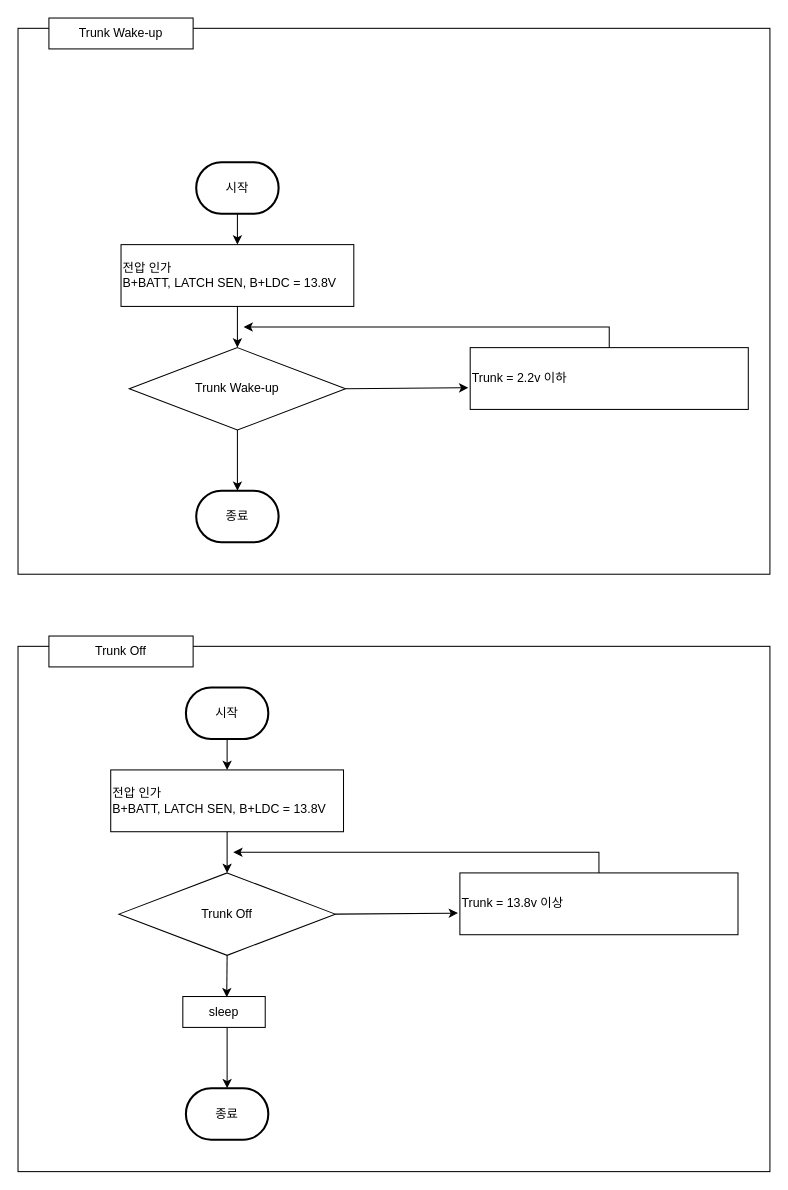
Above: 검사기준서.drawio in chaeyoonl/state-transition-diagram-test (draw.io), before the change. Source tidied: cells renumbered, new cells numbered last; positions are measured from the earlier drawing's top-left corner, leaving out a move shared by most shapes. Both pictures are drawn from the tidied source at 103%, with x=0, y=0 at pixel (18, 18).
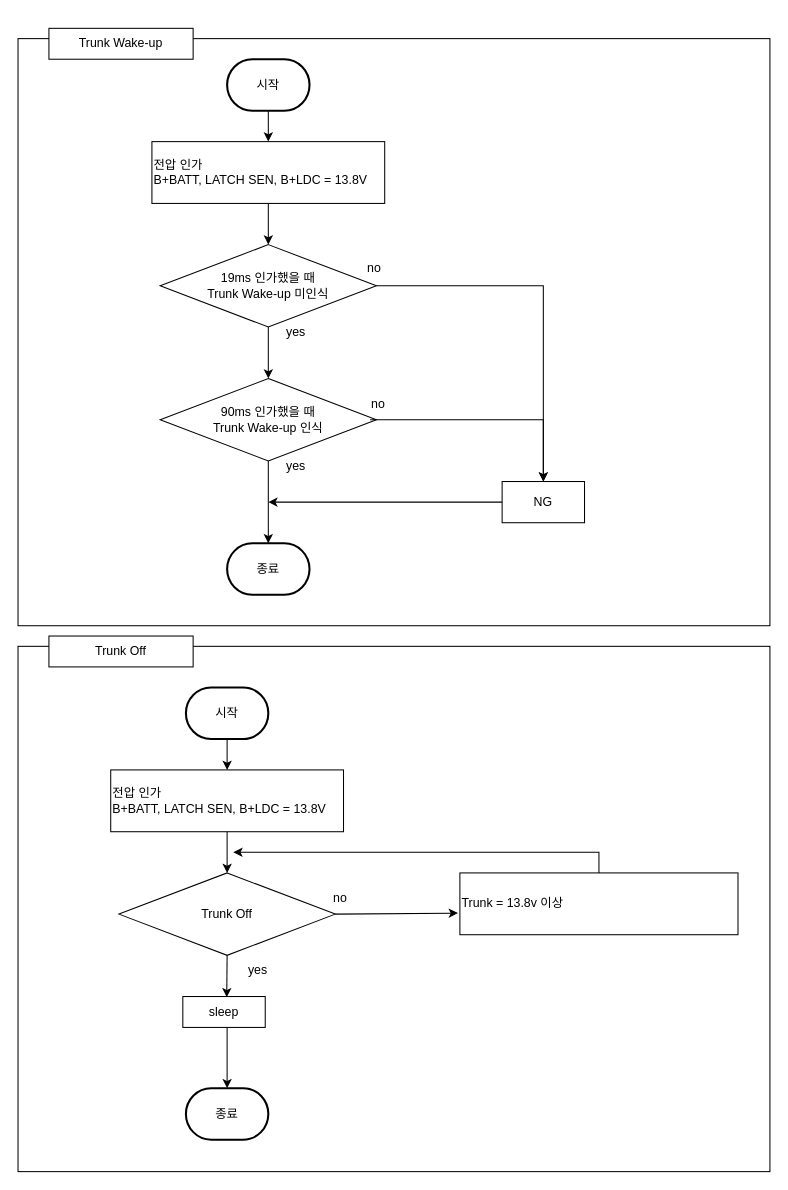
The same page after the edit.

Commit message:
검사기준서.drawio 업데이트

Change to the diagram source:
```diff
@@
     <mxCell id="2" style="rounded=0;whiteSpace=wrap;html=1;" parent="1" vertex="1">
-      <mxGeometry y="10" width="730" height="530" as="geometry" />
+      <mxGeometry y="20" width="730" height="570" as="geometry" />
     </mxCell>
     <mxCell id="3" value="시작" style="strokeWidth=2;html=1;shape=mxgraph.flowchart.terminator;whiteSpace=wrap;" parent="1" vertex="1">
-      <mxGeometry x="173" y="140" width="80" height="50" as="geometry" />
+      <mxGeometry x="203" y="40" width="80" height="50" as="geometry" />
     </mxCell>
     <mxCell id="4" value="종료" style="strokeWidth=2;html=1;shape=mxgraph.flowchart.terminator;whiteSpace=wrap;" parent="1" vertex="1">
-      <mxGeometry x="173" y="459" width="80" height="50" as="geometry" />
+      <mxGeometry x="203" y="510" width="80" height="50" as="geometry" />
     </mxCell>
     <mxCell id="5" value="전압 인가&lt;br&gt;B+BATT, LATCH SEN, B+LDC = 13.8V" style="rounded=0;whiteSpace=wrap;html=1;align=left;" parent="1" vertex="1">
-      <mxGeometry x="100" y="220" width="226" height="60" as="geometry" />
+      <mxGeometry x="130" y="120" width="226" height="60" as="geometry" />
     </mxCell>
-    <mxCell id="6" value="Trunk&amp;nbsp;Wake-up" style="rhombus;whiteSpace=wrap;html=1;" parent="1" vertex="1">
-      <mxGeometry x="108" y="320" width="210" height="80" as="geometry" />
+    <mxCell id="6" value="19ms 인가했을 때&lt;br&gt;Trunk&amp;nbsp;Wake-up 미인식" style="rhombus;whiteSpace=wrap;html=1;" parent="1" vertex="1">
+      <mxGeometry x="138" y="220" width="210" height="80" as="geometry" />
     </mxCell>
@@
-    <mxCell id="9" style="endArrow=classic;html=1;rounded=0;exitX=0.5;exitY=1;exitDx=0;exitDy=0;entryX=0.5;entryY=0;entryDx=0;entryDy=0;entryPerimeter=0;" parent="1" edge="1" source="6" target="4">
+    <mxCell id="9" style="endArrow=classic;html=1;rounded=0;exitX=0.5;exitY=1;exitDx=0;exitDy=0;entryX=0.5;entryY=0;entryDx=0;entryDy=0;" parent="1" edge="1" source="6" target="28">
       <mxGeometry relative="1" as="geometry" />
     </mxCell>
-    <mxCell id="10" value="Trunk = 2.2v 이하" style="rounded=0;whiteSpace=wrap;html=1;align=left;" parent="1" vertex="1">
-      <mxGeometry x="439" y="320" width="270" height="60" as="geometry" />
-    </mxCell>
-    <mxCell id="11" style="endArrow=classic;html=1;rounded=0;exitX=1;exitY=0.5;exitDx=0;exitDy=0;entryX=-0.007;entryY=0.65;entryDx=0;entryDy=0;entryPerimeter=0;" parent="1" edge="1" source="6" target="10">
-      <mxGeometry relative="1" as="geometry" />
-    </mxCell>
-    <mxCell id="12" style="endArrow=classic;html=1;rounded=0;exitX=0.5;exitY=0;exitDx=0;exitDy=0;" parent="1" edge="1" source="10">
-      <mxGeometry relative="1" as="geometry">
-        <mxPoint x="219" y="300" as="targetPoint" />
-        <Array as="points">
-          <mxPoint x="574" y="300" />
-        </Array>
-      </mxGeometry>
-    </mxCell>
     <mxCell id="13" value="Trunk Wake-up" style="rounded=0;whiteSpace=wrap;html=1;" parent="1" vertex="1">
-      <mxGeometry x="30" width="140" height="30" as="geometry" />
+      <mxGeometry x="30" y="10" width="140" height="30" as="geometry" />
     </mxCell>
@@
+    <mxCell id="28" value="90ms 인가했을 때&lt;br&gt;Trunk&amp;nbsp;Wake-up 인식" style="rhombus;whiteSpace=wrap;html=1;" parent="1" vertex="1">
+      <mxGeometry x="138" y="350" width="210" height="80" as="geometry" />
+    </mxCell>
+    <mxCell id="29" style="endArrow=classic;html=1;rounded=0;exitX=0.5;exitY=1;exitDx=0;exitDy=0;entryX=0.5;entryY=0;entryDx=0;entryDy=0;entryPerimeter=0;" parent="1" edge="1" source="28" target="4">
+      <mxGeometry relative="1" as="geometry" />
+    </mxCell>
+    <mxCell id="30" value="yes" style="text;html=1;strokeColor=none;fillColor=none;align=center;verticalAlign=middle;whiteSpace=wrap;rounded=0;" parent="1" vertex="1">
+      <mxGeometry x="240" y="290" width="60" height="30" as="geometry" />
+    </mxCell>
+    <mxCell id="31" value="yes" style="text;html=1;strokeColor=none;fillColor=none;align=center;verticalAlign=middle;whiteSpace=wrap;rounded=0;" parent="1" vertex="1">
+      <mxGeometry x="240" y="420" width="60" height="30" as="geometry" />
+    </mxCell>
+    <mxCell id="32" value="NG" style="rounded=0;whiteSpace=wrap;html=1;align=center;" parent="1" vertex="1">
+      <mxGeometry x="470" y="450" width="80" height="40" as="geometry" />
+    </mxCell>
+    <mxCell id="33" style="endArrow=classic;html=1;rounded=0;exitX=1;exitY=0.5;exitDx=0;exitDy=0;entryX=0.5;entryY=0;entryDx=0;entryDy=0;" parent="1" edge="1" source="6" target="32">
+      <mxGeometry relative="1" as="geometry">
+        <Array as="points">
+          <mxPoint x="510" y="260" />
+        </Array>
+      </mxGeometry>
+    </mxCell>
+    <mxCell id="34" style="endArrow=classic;html=1;rounded=0;exitX=0.971;exitY=0.5;exitDx=0;exitDy=0;exitPerimeter=0;entryX=0.5;entryY=0;entryDx=0;entryDy=0;" parent="1" edge="1" source="28" target="32">
+      <mxGeometry relative="1" as="geometry">
+        <Array as="points">
+          <mxPoint x="510" y="390" />
+        </Array>
+      </mxGeometry>
+    </mxCell>
+    <mxCell id="35" style="endArrow=classic;html=1;rounded=0;exitX=0;exitY=0.5;exitDx=0;exitDy=0;" parent="1" edge="1" source="32">
+      <mxGeometry relative="1" as="geometry">
+        <mxPoint x="243" y="470" as="targetPoint" />
+      </mxGeometry>
+    </mxCell>
+    <mxCell id="36" value="no" style="text;html=1;strokeColor=none;fillColor=none;align=center;verticalAlign=middle;whiteSpace=wrap;rounded=0;" parent="1" vertex="1">
+      <mxGeometry x="316" y="228" width="60" height="30" as="geometry" />
+    </mxCell>
+    <mxCell id="37" value="yes" style="text;html=1;strokeColor=none;fillColor=none;align=center;verticalAlign=middle;whiteSpace=wrap;rounded=0;" parent="1" vertex="1">
+      <mxGeometry x="203" y="910" width="60" height="30" as="geometry" />
+    </mxCell>
+    <mxCell id="38" value="no" style="text;html=1;strokeColor=none;fillColor=none;align=center;verticalAlign=middle;whiteSpace=wrap;rounded=0;" parent="1" vertex="1">
+      <mxGeometry x="320" y="360" width="60" height="30" as="geometry" />
+    </mxCell>
+    <mxCell id="39" value="no" style="text;html=1;strokeColor=none;fillColor=none;align=center;verticalAlign=middle;whiteSpace=wrap;rounded=0;" parent="1" vertex="1">
+      <mxGeometry x="283" y="840" width="60" height="30" as="geometry" />
+    </mxCell>
```
